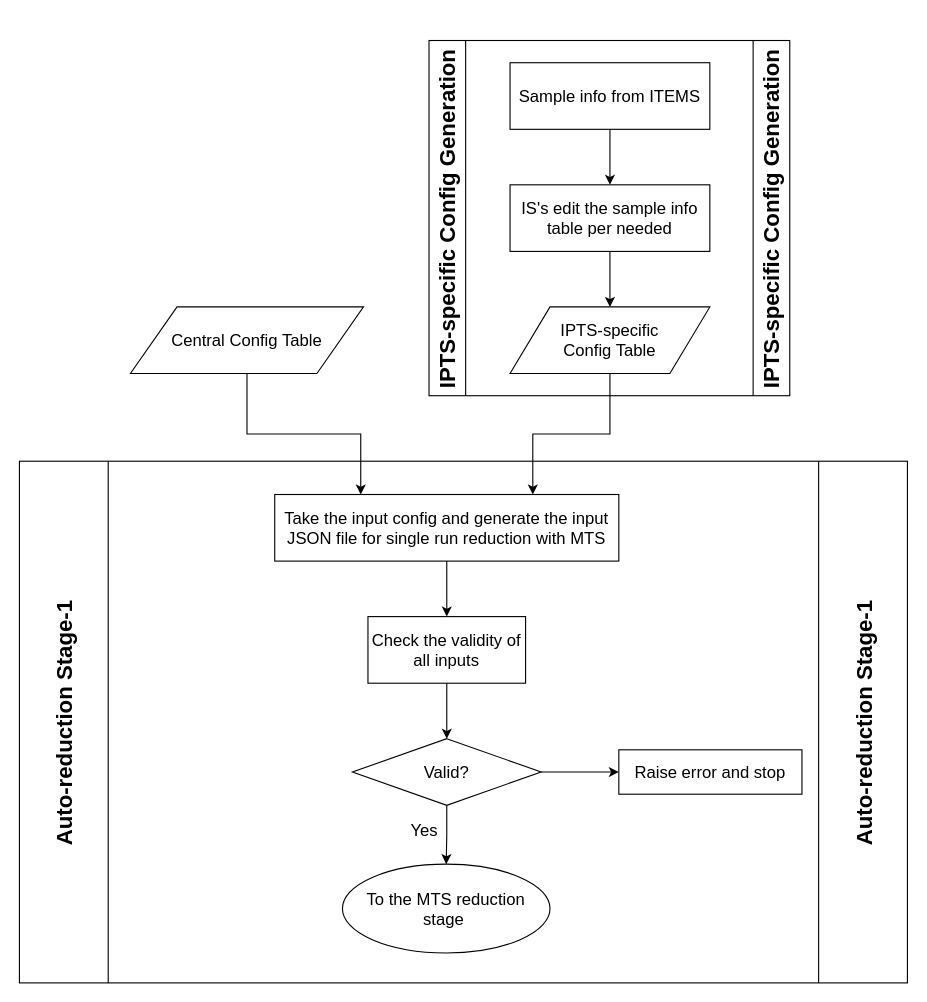
This is Dev/2023/MTS/Auto_config.dio from Kvieta1990/Working_Proj, a draw.io file, before an edit. Source tidied: cells renumbered, new cells numbered last; positions are measured from the earlier drawing's top-left corner, leaving out a move shared by most shapes. Both pictures are drawn from the tidied source at 111%, with x=0, y=0 at pixel (-87, 40).
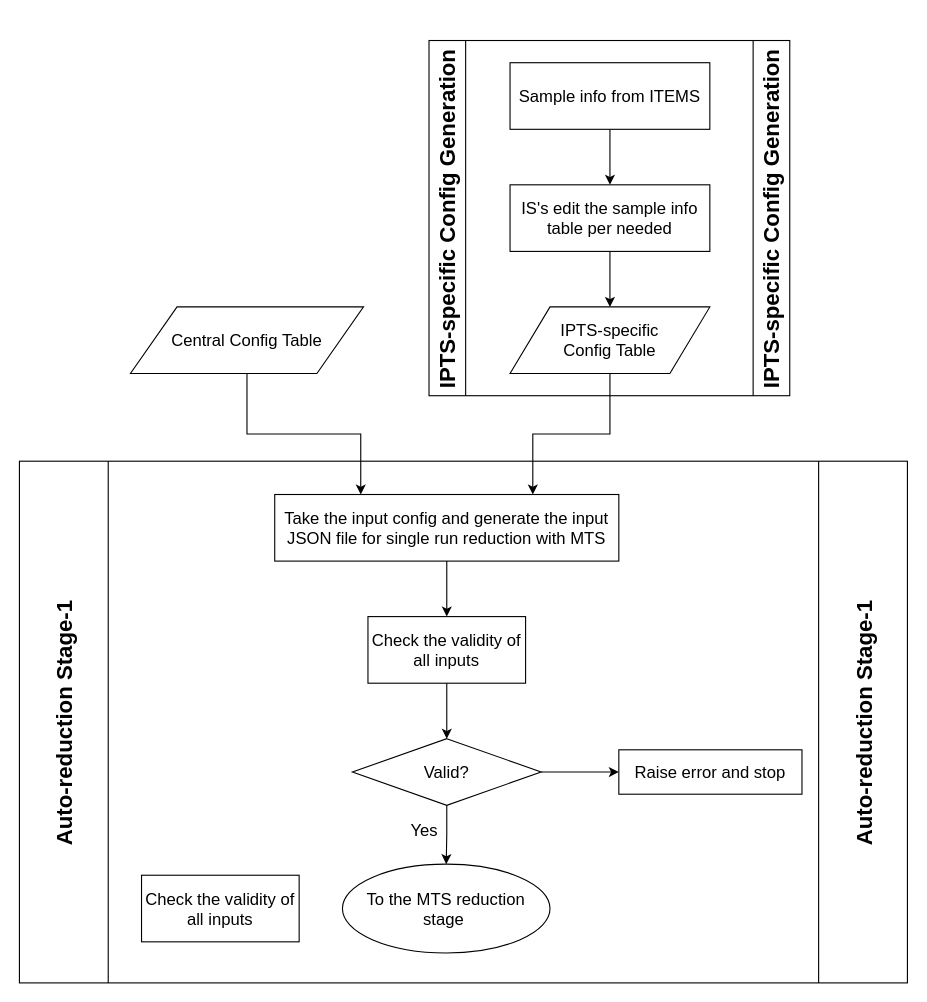
The same page after the edit.

Diff of the diagram source:
```diff
@@
+    <mxCell id="26" value="&lt;font style=&quot;font-size: 15px&quot;&gt;Check the validity of all inputs&lt;/font&gt;" style="rounded=0;whiteSpace=wrap;html=1;" parent="1" vertex="1">
+      <mxGeometry x="205" y="752" width="142" height="60" as="geometry" />
+    </mxCell>
```
